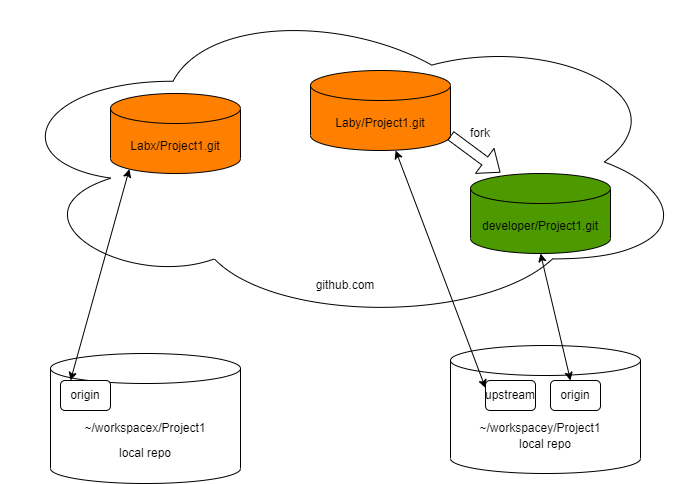
This is doc/data/repo_diagram.drawio.png from arithdon/git-intro, a draw.io export, as it was before one commit. Source tidied: cells renumbered, new cells last; positions are measured from the earlier drawing's top-left corner, leaving out a move shared by most shapes.
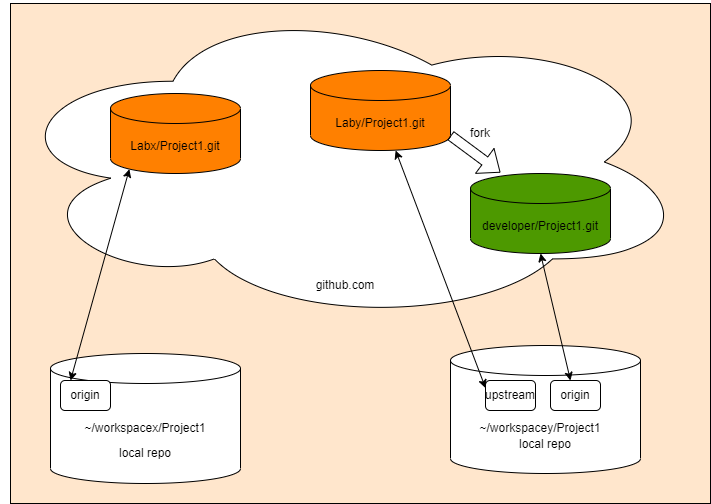
After the commit.

Commit message:
Correct github repo diagram background

Diff of the diagram source:
```diff
@@ -2,6 +2,9 @@
   <root>
     <mxCell id="0" />
     <mxCell id="1" parent="0" />
+    <mxCell id="18" style="rounded=0;whiteSpace=wrap;html=1;fillColor=#FFE6CC;" parent="1" vertex="1">
+      <mxGeometry x="10" y="3" width="700" height="500" as="geometry" />
+    </mxCell>
     <mxCell id="2" value="&lt;br&gt;&lt;br&gt;&lt;br&gt;local repo" style="shape=cylinder3;whiteSpace=wrap;html=1;boundedLbl=1;backgroundOutline=1;size=15;" parent="1" vertex="1">
       <mxGeometry x="50" y="353" width="190" height="130" as="geometry" />
     </mxCell>
```
